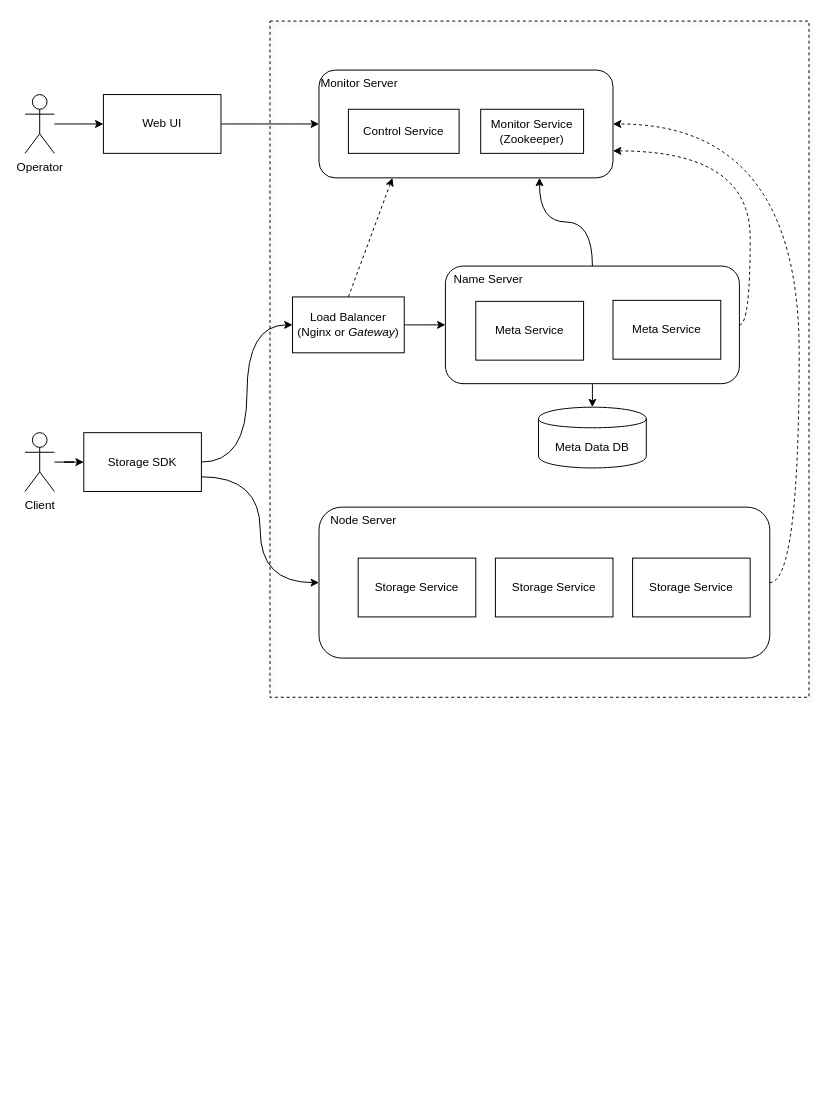
Above: Untitled Diagram.drawio in darce2014/SpringCloudConfig (draw.io), before the change. Source tidied: cells renumbered, new cells numbered last; positions are measured from the earlier drawing's top-left corner, leaving out a move shared by most shapes. Both pictures are drawn from the tidied source at 98%, with x=0, y=0 at pixel (24, 21).
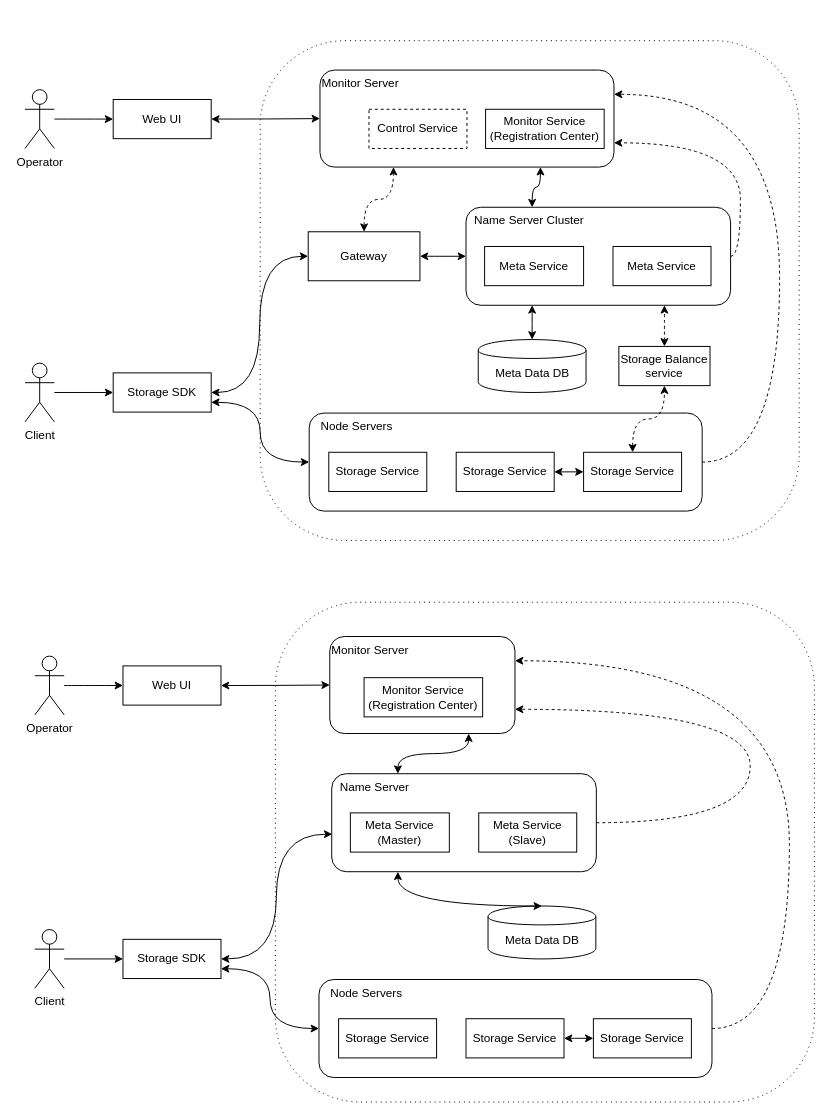
Above is the later version.

Diff of the diagram source:
```diff
@@
-    <mxCell id="2" style="rounded=0;whiteSpace=wrap;html=1;fillColor=none;dashed=1;glass=0;shadow=1;" parent="1" vertex="1">
-      <mxGeometry x="250" width="550" height="690" as="geometry" />
+    <mxCell id="2" style="rounded=1;whiteSpace=wrap;html=1;fillColor=none;dashed=1;glass=0;shadow=0;dashPattern=1 4;arcSize=17;" parent="1" vertex="1">
+      <mxGeometry x="240" y="20" width="550" height="510" as="geometry" />
     </mxCell>
-    <mxCell id="3" value="&amp;nbsp; Name Server" style="rounded=1;whiteSpace=wrap;html=1;fillColor=none;align=left;verticalAlign=top;" parent="1" vertex="1">
-      <mxGeometry x="429" y="250" width="300" height="120" as="geometry" />
+    <mxCell id="3" value="&amp;nbsp; Name Server Cluster" style="rounded=1;whiteSpace=wrap;html=1;fillColor=none;align=left;verticalAlign=top;" parent="1" vertex="1">
+      <mxGeometry x="450" y="190" width="270" height="100" as="geometry" />
     </mxCell>
-    <mxCell id="4" style="edgeStyle=orthogonalEdgeStyle;curved=1;rounded=0;jettySize=auto;html=1;entryX=0.75;entryY=1;entryDx=0;entryDy=0;exitX=0.5;exitY=0;exitDx=0;exitDy=0;" parent="1" edge="1" source="3" target="5">
+    <mxCell id="4" style="edgeStyle=orthogonalEdgeStyle;curved=1;rounded=0;jettySize=auto;html=1;entryX=0.75;entryY=1;entryDx=0;entryDy=0;exitX=0.25;exitY=0;exitDx=0;exitDy=0;startArrow=classic;startFill=1;" parent="1" edge="1" source="3" target="5">
       <mxGeometry relative="1" as="geometry" />
     </mxCell>
     <mxCell id="5" value="Monitor Server" style="rounded=1;whiteSpace=wrap;html=1;fillColor=none;align=left;horizontal=1;verticalAlign=top;" parent="1" vertex="1">
-      <mxGeometry x="300" y="50" width="300" height="110" as="geometry" />
+      <mxGeometry x="301" y="50" width="300" height="99" as="geometry" />
     </mxCell>
-    <mxCell id="6" value="&amp;nbsp; &amp;nbsp;Node Server" style="rounded=1;whiteSpace=wrap;html=1;fillColor=none;verticalAlign=top;align=left;" parent="1" vertex="1">
-      <mxGeometry x="300" y="496" width="460" height="154" as="geometry" />
+    <mxCell id="6" value="&amp;nbsp; &amp;nbsp;Node Servers" style="rounded=1;whiteSpace=wrap;html=1;fillColor=none;verticalAlign=top;align=left;" parent="1" vertex="1">
+      <mxGeometry x="290" y="400" width="401" height="100" as="geometry" />
     </mxCell>
     <mxCell id="7" style="edgeStyle=orthogonalEdgeStyle;curved=1;rounded=0;jumpStyle=arc;jettySize=auto;html=1;dashed=1;entryX=1;entryY=0.75;entryDx=0;entryDy=0;exitX=1;exitY=0.5;exitDx=0;exitDy=0;" parent="1" edge="1" source="3" target="5">
       <mxGeometry relative="1" as="geometry">
         <Array as="points">
-          <mxPoint x="740" y="310" />
-          <mxPoint x="740" y="132" />
+          <mxPoint x="730" y="240" />
+          <mxPoint x="730" y="124" />
         </Array>
       </mxGeometry>
     </mxCell>
-    <mxCell id="8" style="rounded=0;jettySize=auto;html=1;exitX=1;exitY=0.5;exitDx=0;exitDy=0;entryX=0;entryY=0.5;entryDx=0;entryDy=0;edgeStyle=orthogonalEdgeStyle;curved=1;" parent="1" edge="1" source="9" target="24">
+    <mxCell id="8" style="rounded=0;jettySize=auto;html=1;exitX=1;exitY=0.5;exitDx=0;exitDy=0;entryX=0;entryY=0.5;entryDx=0;entryDy=0;edgeStyle=orthogonalEdgeStyle;curved=1;startArrow=classic;startFill=1;" parent="1" edge="1" source="9" target="24">
       <mxGeometry relative="1" as="geometry" />
     </mxCell>
     <mxCell id="9" value="Storage SDK" style="rounded=0;whiteSpace=wrap;html=1;fillColor=none;" parent="1" vertex="1">
-      <mxGeometry x="60" y="420" width="120" height="60" as="geometry" />
+      <mxGeometry x="90" y="359" width="100" height="40" as="geometry" />
     </mxCell>
@@
     <mxCell id="11" value="Client" style="shape=umlActor;verticalLabelPosition=bottom;labelBackgroundColor=#ffffff;verticalAlign=top;html=1;outlineConnect=0;fillColor=none;" parent="1" vertex="1">
-      <mxGeometry y="420" width="30" height="60" as="geometry" />
+      <mxGeometry y="349" width="30" height="60" as="geometry" />
     </mxCell>
     <mxCell id="12" value="Meta Data DB" style="shape=cylinder;whiteSpace=wrap;html=1;boundedLbl=1;backgroundOutline=1;fillColor=none;" parent="1" vertex="1">
-      <mxGeometry x="524" y="394" width="110" height="62" as="geometry" />
+      <mxGeometry x="462.5" y="325" width="110" height="54" as="geometry" />
     </mxCell>
-    <mxCell id="13" style="edgeStyle=orthogonalEdgeStyle;rounded=0;jettySize=auto;html=1;jumpStyle=arc;dashed=1;curved=1;exitX=1;exitY=0.5;exitDx=0;exitDy=0;entryX=1;entryY=0.5;entryDx=0;entryDy=0;" parent="1" edge="1" source="6" target="5">
+    <mxCell id="13" style="edgeStyle=orthogonalEdgeStyle;rounded=0;jettySize=auto;html=1;jumpStyle=arc;dashed=1;curved=1;exitX=1;exitY=0.5;exitDx=0;exitDy=0;entryX=1;entryY=0.25;entryDx=0;entryDy=0;" parent="1" edge="1" source="6" target="5">
       <mxGeometry relative="1" as="geometry">
         <Array as="points">
-          <mxPoint x="790" y="573" />
-          <mxPoint x="790" y="105" />
+          <mxPoint x="770" y="450" />
+          <mxPoint x="770" y="75" />
         </Array>
       </mxGeometry>
     </mxCell>
     <mxCell id="14" value="Storage Service" style="rounded=0;whiteSpace=wrap;html=1;fillColor=none;" parent="1" vertex="1">
-      <mxGeometry x="340" y="548" width="120" height="60" as="geometry" />
+      <mxGeometry x="310" y="440" width="100" height="40" as="geometry" />
     </mxCell>
     <mxCell id="15" value="Storage Service" style="rounded=0;whiteSpace=wrap;html=1;fillColor=none;" parent="1" vertex="1">
-      <mxGeometry x="620" y="548" width="120" height="60" as="geometry" />
+      <mxGeometry x="570" y="440" width="100" height="40" as="geometry" />
     </mxCell>
     <mxCell id="16" value="Storage Service" style="rounded=0;whiteSpace=wrap;html=1;fillColor=none;" parent="1" vertex="1">
-      <mxGeometry x="480" y="548" width="120" height="60" as="geometry" />
+      <mxGeometry x="440" y="440" width="100" height="40" as="geometry" />
     </mxCell>
-    <mxCell id="17" style="edgeStyle=orthogonalEdgeStyle;rounded=0;jettySize=auto;html=1;entryX=0;entryY=0.5;entryDx=0;entryDy=0;exitX=1;exitY=0.75;exitDx=0;exitDy=0;curved=1;" parent="1" edge="1" source="9" target="6">
+    <mxCell id="17" style="edgeStyle=orthogonalEdgeStyle;rounded=0;jettySize=auto;html=1;entryX=0;entryY=0.5;entryDx=0;entryDy=0;exitX=1;exitY=0.75;exitDx=0;exitDy=0;curved=1;startArrow=classic;startFill=1;" parent="1" edge="1" source="9" target="6">
       <mxGeometry relative="1" as="geometry" />
     </mxCell>
-    <mxCell id="18" value="Monitor Service (Zookeeper)" style="rounded=0;whiteSpace=wrap;html=1;fillColor=none;" parent="1" vertex="1">
-      <mxGeometry x="465" y="90" width="105" height="45" as="geometry" />
+    <mxCell id="18" value="Monitor Service&lt;br&gt;(Registration Center)" style="rounded=0;whiteSpace=wrap;html=1;fillColor=none;" parent="1" vertex="1">
+      <mxGeometry x="470" y="90" width="121" height="40" as="geometry" />
     </mxCell>
@@
     <mxCell id="20" value="Operator" style="shape=umlActor;verticalLabelPosition=bottom;labelBackgroundColor=#ffffff;verticalAlign=top;html=1;outlineConnect=0;fillColor=none;" parent="1" vertex="1">
-      <mxGeometry y="75" width="30" height="60" as="geometry" />
+      <mxGeometry y="70" width="30" height="60" as="geometry" />
     </mxCell>
-    <mxCell id="21" style="edgeStyle=orthogonalEdgeStyle;curved=1;rounded=0;jettySize=auto;html=1;entryX=0;entryY=0.5;entryDx=0;entryDy=0;" parent="1" edge="1" source="22" target="5">
+    <mxCell id="21" style="edgeStyle=orthogonalEdgeStyle;curved=1;rounded=0;jettySize=auto;html=1;entryX=0;entryY=0.5;entryDx=0;entryDy=0;startArrow=classic;startFill=1;" parent="1" edge="1" source="22" target="5">
       <mxGeometry relative="1" as="geometry" />
     </mxCell>
     <mxCell id="22" value="Web UI" style="rounded=0;whiteSpace=wrap;html=1;fillColor=none;" parent="1" vertex="1">
-      <mxGeometry x="80" y="75" width="120" height="60" as="geometry" />
+      <mxGeometry x="90" y="80" width="100" height="40" as="geometry" />
     </mxCell>
-    <mxCell id="23" style="edgeStyle=orthogonalEdgeStyle;rounded=0;jettySize=auto;html=1;curved=1;exitX=1;exitY=0.5;exitDx=0;exitDy=0;entryX=0;entryY=0.5;entryDx=0;entryDy=0;" parent="1" edge="1" source="24" target="3">
+    <mxCell id="23" style="edgeStyle=orthogonalEdgeStyle;rounded=0;jettySize=auto;html=1;curved=1;exitX=1;exitY=0.5;exitDx=0;exitDy=0;entryX=0;entryY=0.5;entryDx=0;entryDy=0;startArrow=classic;startFill=1;" parent="1" edge="1" source="24" target="3">
       <mxGeometry relative="1" as="geometry" />
     </mxCell>
-    <mxCell id="24" value="Load Balancer (Nginx or &lt;i&gt;Gateway&lt;/i&gt;)" style="rounded=0;whiteSpace=wrap;html=1;align=center;fillColor=none;" parent="1" vertex="1">
-      <mxGeometry x="273" y="281.5" width="114" height="57" as="geometry" />
+    <mxCell id="24" value="Gateway" style="rounded=0;whiteSpace=wrap;html=1;align=center;fillColor=none;" parent="1" vertex="1">
+      <mxGeometry x="289" y="215" width="114" height="50" as="geometry" />
     </mxCell>
-    <mxCell id="25" style="edgeStyle=orthogonalEdgeStyle;curved=1;rounded=0;jettySize=auto;html=1;exitX=0.5;exitY=1;exitDx=0;exitDy=0;entryX=0.5;entryY=0;entryDx=0;entryDy=0;" parent="1" edge="1" source="3" target="12">
-      <mxGeometry relative="1" as="geometry" />
+    <mxCell id="25" style="edgeStyle=orthogonalEdgeStyle;curved=1;rounded=0;jettySize=auto;html=1;exitX=0.25;exitY=1;exitDx=0;exitDy=0;entryX=0.5;entryY=0;entryDx=0;entryDy=0;startArrow=classic;startFill=1;" parent="1" edge="1" source="3" target="12">
+      <mxGeometry relative="1" as="geometry">
+        <Array as="points">
+          <mxPoint x="518" y="325" />
+          <mxPoint x="518" y="325" />
+        </Array>
+      </mxGeometry>
     </mxCell>
     <mxCell id="26" value="Meta Service" style="rounded=0;whiteSpace=wrap;html=1;shadow=0;glass=0;align=center;fillColor=none;" parent="1" vertex="1">
-      <mxGeometry x="460" y="286" width="110" height="60" as="geometry" />
+      <mxGeometry x="469" y="230" width="101" height="40" as="geometry" />
     </mxCell>
     <mxCell id="27" value="Meta Service" style="rounded=0;whiteSpace=wrap;html=1;shadow=0;glass=0;align=center;fillColor=none;" parent="1" vertex="1">
-      <mxGeometry x="600" y="285" width="110" height="60" as="geometry" />
+      <mxGeometry x="600" y="230" width="100" height="40" as="geometry" />
     </mxCell>
-    <mxCell id="28" value="Control Service" style="rounded=0;whiteSpace=wrap;html=1;shadow=0;glass=0;fillColor=none;align=center;" parent="1" vertex="1">
-      <mxGeometry x="330" y="90" width="113" height="45" as="geometry" />
+    <mxCell id="28" value="Control Service" style="rounded=0;whiteSpace=wrap;html=1;shadow=0;glass=0;fillColor=none;align=center;dashed=1;" parent="1" vertex="1">
+      <mxGeometry x="351" y="90" width="100" height="40" as="geometry" />
     </mxCell>
-    <mxCell id="29" style="rounded=0;jettySize=auto;html=1;entryX=0.25;entryY=1;entryDx=0;entryDy=0;exitX=0.5;exitY=0;exitDx=0;exitDy=0;backgroundOutline=0;comic=0;dashed=1;" parent="1" edge="1" source="24" target="5">
+    <mxCell id="29" style="rounded=0;jettySize=auto;html=1;entryX=0.25;entryY=1;entryDx=0;entryDy=0;exitX=0.5;exitY=0;exitDx=0;exitDy=0;backgroundOutline=0;comic=0;dashed=1;startArrow=classic;startFill=1;edgeStyle=orthogonalEdgeStyle;curved=1;" parent="1" edge="1" source="24" target="5">
       <mxGeometry relative="1" as="geometry" />
     </mxCell>
+    <mxCell id="30" style="edgeStyle=orthogonalEdgeStyle;curved=1;rounded=0;comic=0;jettySize=auto;html=1;dashed=1;startArrow=classic;startFill=1;entryX=0.75;entryY=1;entryDx=0;entryDy=0;" parent="1" edge="1" source="31" target="3">
+      <mxGeometry relative="1" as="geometry" />
+    </mxCell>
+    <mxCell id="31" value="Storage Balance service" style="rounded=0;whiteSpace=wrap;html=1;shadow=0;glass=0;fillColor=none;align=center;" parent="1" vertex="1">
+      <mxGeometry x="606" y="332" width="93" height="40" as="geometry" />
+    </mxCell>
+    <mxCell id="32" style="edgeStyle=orthogonalEdgeStyle;curved=1;rounded=0;comic=0;jettySize=auto;html=1;dashed=1;startArrow=classic;startFill=1;entryX=0.5;entryY=1;entryDx=0;entryDy=0;exitX=0.5;exitY=0;exitDx=0;exitDy=0;" parent="1" edge="1" source="15" target="31">
+      <mxGeometry relative="1" as="geometry" />
+    </mxCell>
+    <mxCell id="33" style="edgeStyle=orthogonalEdgeStyle;curved=1;rounded=0;comic=0;jettySize=auto;html=1;startArrow=classic;startFill=1;entryX=0;entryY=0.5;entryDx=0;entryDy=0;exitX=1;exitY=0.5;exitDx=0;exitDy=0;" parent="1" edge="1" source="16" target="15">
+      <mxGeometry relative="1" as="geometry" />
+    </mxCell>
+    <mxCell id="34" style="rounded=1;whiteSpace=wrap;html=1;fillColor=none;dashed=1;glass=0;shadow=0;dashPattern=1 4;arcSize=17;" parent="1" vertex="1">
+      <mxGeometry x="255.5" y="593" width="550" height="510" as="geometry" />
+    </mxCell>
+    <mxCell id="35" value="&amp;nbsp; Name Server" style="rounded=1;whiteSpace=wrap;html=1;fillColor=none;align=left;verticalAlign=top;" parent="1" vertex="1">
+      <mxGeometry x="313" y="768" width="270" height="100" as="geometry" />
+    </mxCell>
+    <mxCell id="36" style="edgeStyle=orthogonalEdgeStyle;curved=1;rounded=0;jettySize=auto;html=1;entryX=0.75;entryY=1;entryDx=0;entryDy=0;exitX=0.25;exitY=0;exitDx=0;exitDy=0;startArrow=classic;startFill=1;" parent="1" edge="1" source="35" target="37">
+      <mxGeometry relative="1" as="geometry" />
+    </mxCell>
+    <mxCell id="37" value="Monitor Server" style="rounded=1;whiteSpace=wrap;html=1;fillColor=none;align=left;horizontal=1;verticalAlign=top;" parent="1" vertex="1">
+      <mxGeometry x="311" y="628" width="189" height="99" as="geometry" />
+    </mxCell>
+    <mxCell id="38" value="&amp;nbsp; &amp;nbsp;Node Servers" style="rounded=1;whiteSpace=wrap;html=1;fillColor=none;verticalAlign=top;align=left;" parent="1" vertex="1">
+      <mxGeometry x="300" y="978" width="401" height="100" as="geometry" />
+    </mxCell>
+    <mxCell id="39" style="edgeStyle=orthogonalEdgeStyle;curved=1;rounded=0;jumpStyle=arc;jettySize=auto;html=1;dashed=1;entryX=1;entryY=0.75;entryDx=0;entryDy=0;exitX=1;exitY=0.5;exitDx=0;exitDy=0;" parent="1" edge="1" source="35" target="37">
+      <mxGeometry relative="1" as="geometry">
+        <Array as="points">
+          <mxPoint x="740" y="818" />
+          <mxPoint x="740" y="702" />
+        </Array>
+      </mxGeometry>
+    </mxCell>
+    <mxCell id="40" style="rounded=0;jettySize=auto;html=1;exitX=1;exitY=0.5;exitDx=0;exitDy=0;entryX=0.002;entryY=0.617;entryDx=0;entryDy=0;edgeStyle=orthogonalEdgeStyle;curved=1;startArrow=classic;startFill=1;entryPerimeter=0;" parent="1" edge="1" source="41" target="35">
+      <mxGeometry relative="1" as="geometry" />
+    </mxCell>
+    <mxCell id="41" value="Storage SDK" style="rounded=0;whiteSpace=wrap;html=1;fillColor=none;" parent="1" vertex="1">
+      <mxGeometry x="100" y="937" width="100" height="40" as="geometry" />
+    </mxCell>
+    <mxCell id="42" style="edgeStyle=orthogonalEdgeStyle;rounded=0;jettySize=auto;html=1;" parent="1" edge="1" source="43" target="41">
+      <mxGeometry relative="1" as="geometry" />
+    </mxCell>
+    <mxCell id="43" value="Client" style="shape=umlActor;verticalLabelPosition=bottom;labelBackgroundColor=#ffffff;verticalAlign=top;html=1;outlineConnect=0;fillColor=none;" parent="1" vertex="1">
+      <mxGeometry x="10" y="927" width="30" height="60" as="geometry" />
+    </mxCell>
+    <mxCell id="44" value="Meta Data DB" style="shape=cylinder;whiteSpace=wrap;html=1;boundedLbl=1;backgroundOutline=1;fillColor=none;" parent="1" vertex="1">
+      <mxGeometry x="472.5" y="903" width="110" height="54" as="geometry" />
+    </mxCell>
+    <mxCell id="45" style="edgeStyle=orthogonalEdgeStyle;rounded=0;jettySize=auto;html=1;jumpStyle=arc;dashed=1;curved=1;exitX=1;exitY=0.5;exitDx=0;exitDy=0;entryX=1;entryY=0.25;entryDx=0;entryDy=0;" parent="1" edge="1" source="38" target="37">
+      <mxGeometry relative="1" as="geometry">
+        <Array as="points">
+          <mxPoint x="780" y="1028" />
+          <mxPoint x="780" y="653" />
+        </Array>
+      </mxGeometry>
+    </mxCell>
+    <mxCell id="46" value="Storage Service" style="rounded=0;whiteSpace=wrap;html=1;fillColor=none;" parent="1" vertex="1">
+      <mxGeometry x="320" y="1018" width="100" height="40" as="geometry" />
+    </mxCell>
+    <mxCell id="47" value="Storage Service" style="rounded=0;whiteSpace=wrap;html=1;fillColor=none;" parent="1" vertex="1">
+      <mxGeometry x="580" y="1018" width="100" height="40" as="geometry" />
+    </mxCell>
+    <mxCell id="48" value="Storage Service" style="rounded=0;whiteSpace=wrap;html=1;fillColor=none;" parent="1" vertex="1">
+      <mxGeometry x="450" y="1018" width="100" height="40" as="geometry" />
+    </mxCell>
+    <mxCell id="49" style="edgeStyle=orthogonalEdgeStyle;rounded=0;jettySize=auto;html=1;entryX=0;entryY=0.5;entryDx=0;entryDy=0;exitX=1;exitY=0.75;exitDx=0;exitDy=0;curved=1;startArrow=classic;startFill=1;" parent="1" edge="1" source="41" target="38">
+      <mxGeometry relative="1" as="geometry" />
+    </mxCell>
+    <mxCell id="50" value="Monitor Service&lt;br&gt;(Registration Center)" style="rounded=0;whiteSpace=wrap;html=1;fillColor=none;" parent="1" vertex="1">
+      <mxGeometry x="346" y="670" width="121" height="40" as="geometry" />
+    </mxCell>
+    <mxCell id="51" style="edgeStyle=orthogonalEdgeStyle;curved=1;rounded=0;jettySize=auto;html=1;" parent="1" edge="1" source="52" target="54">
+      <mxGeometry relative="1" as="geometry" />
+    </mxCell>
+    <mxCell id="52" value="Operator" style="shape=umlActor;verticalLabelPosition=bottom;labelBackgroundColor=#ffffff;verticalAlign=top;html=1;outlineConnect=0;fillColor=none;" parent="1" vertex="1">
+      <mxGeometry x="10" y="648" width="30" height="60" as="geometry" />
+    </mxCell>
+    <mxCell id="53" style="edgeStyle=orthogonalEdgeStyle;curved=1;rounded=0;jettySize=auto;html=1;entryX=0;entryY=0.5;entryDx=0;entryDy=0;startArrow=classic;startFill=1;" parent="1" edge="1" source="54" target="37">
+      <mxGeometry relative="1" as="geometry" />
+    </mxCell>
+    <mxCell id="54" value="Web UI" style="rounded=0;whiteSpace=wrap;html=1;fillColor=none;" parent="1" vertex="1">
+      <mxGeometry x="100" y="658" width="100" height="40" as="geometry" />
+    </mxCell>
+    <mxCell id="55" style="edgeStyle=orthogonalEdgeStyle;curved=1;rounded=0;jettySize=auto;html=1;exitX=0.25;exitY=1;exitDx=0;exitDy=0;entryX=0.5;entryY=0;entryDx=0;entryDy=0;startArrow=classic;startFill=1;" parent="1" edge="1" source="35" target="44">
+      <mxGeometry relative="1" as="geometry">
+        <Array as="points">
+          <mxPoint x="528" y="903" />
+          <mxPoint x="528" y="903" />
+        </Array>
+      </mxGeometry>
+    </mxCell>
+    <mxCell id="56" value="Meta Service (Master)" style="rounded=0;whiteSpace=wrap;html=1;shadow=0;glass=0;align=center;fillColor=none;" parent="1" vertex="1">
+      <mxGeometry x="332" y="808" width="101" height="40" as="geometry" />
+    </mxCell>
+    <mxCell id="57" value="Meta Service (Slave)" style="rounded=0;whiteSpace=wrap;html=1;shadow=0;glass=0;align=center;fillColor=none;" parent="1" vertex="1">
+      <mxGeometry x="463" y="808" width="100" height="40" as="geometry" />
+    </mxCell>
+    <mxCell id="58" style="edgeStyle=orthogonalEdgeStyle;curved=1;rounded=0;comic=0;jettySize=auto;html=1;startArrow=classic;startFill=1;entryX=0;entryY=0.5;entryDx=0;entryDy=0;exitX=1;exitY=0.5;exitDx=0;exitDy=0;" parent="1" edge="1" source="48" target="47">
+      <mxGeometry relative="1" as="geometry" />
+    </mxCell>
```
